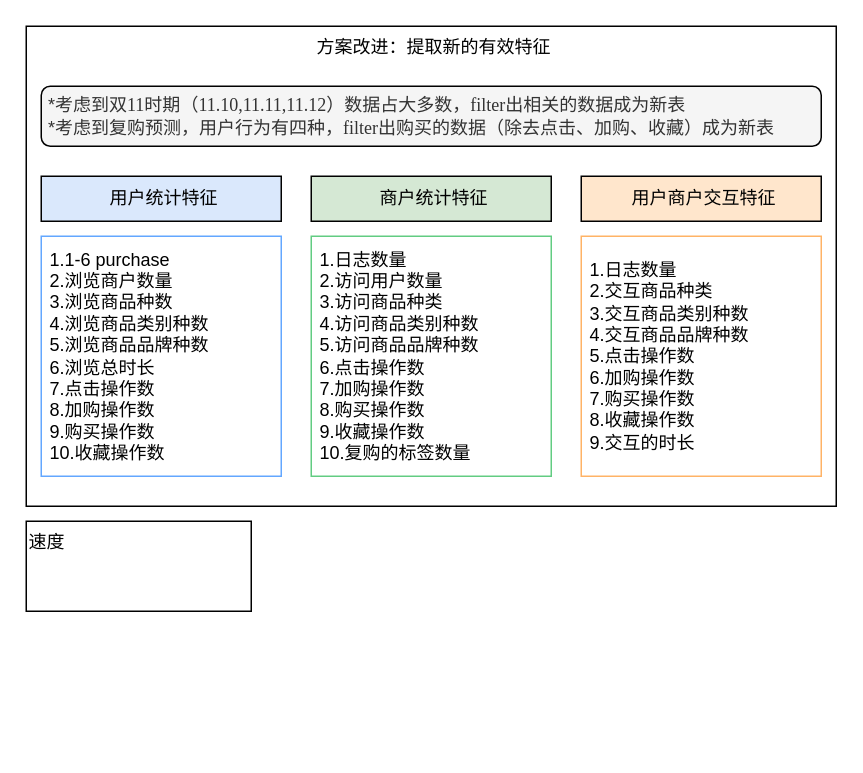
The draw.io diagram featrue.drawio in limpid-11/drawio, before the edit. Source tidied: cells renumbered, new cells numbered last; positions are measured from the earlier drawing's top-left corner, leaving out a move shared by most shapes. Both pictures are drawn from the tidied source at 150%, with x=0, y=0 at pixel (26, 26).
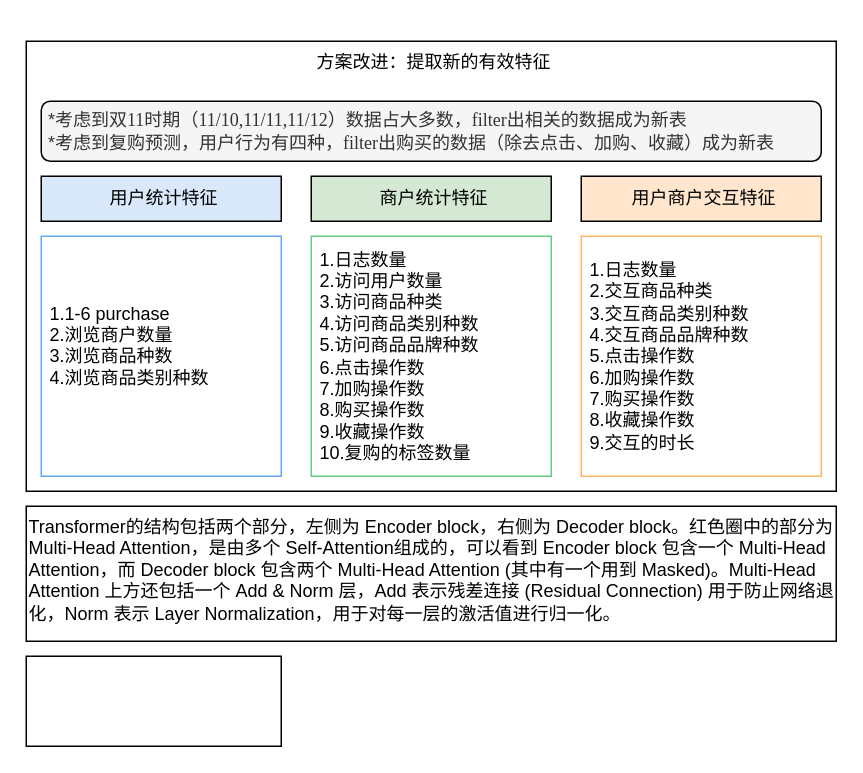
The same page after the edit.

Diff of the diagram source:
```diff
@@
 <mxGraphModel>
   <root>
     <mxCell id="0" />
     <mxCell id="1" parent="0" />
     <mxCell id="2" value="方案改进：提取新的有效特征" style="rounded=0;whiteSpace=wrap;html=1;align=center;verticalAlign=top;spacing=2;spacingLeft=4;strokeColor=#000000;" parent="1" vertex="1">
-      <mxGeometry width="540" height="320" as="geometry" />
+      <mxGeometry y="10" width="540" height="300" as="geometry" />
     </mxCell>
     <mxCell id="3" value="用户统计特征" style="rounded=0;whiteSpace=wrap;html=1;align=center;verticalAlign=middle;spacing=2;spacingLeft=4;fillColor=#dae8fc;strokeColor=#000000;" parent="1" vertex="1">
       <mxGeometry x="10" y="100" width="160" height="30" as="geometry" />
     </mxCell>
-    <mxCell id="4" value="1.1-6 purchase&lt;div&gt;2.浏览商户数量&lt;/div&gt;&lt;div&gt;3.&lt;span style=&quot;background-color: initial;&quot;&gt;浏览商品种数&lt;/span&gt;&lt;/div&gt;&lt;div&gt;&lt;span style=&quot;background-color: initial;&quot;&gt;4.浏览商品类别种数&lt;/span&gt;&lt;/div&gt;&lt;div&gt;&lt;span style=&quot;background-color: initial;&quot;&gt;5.浏览商品品牌种数&lt;/span&gt;&lt;/div&gt;&lt;div&gt;&lt;span style=&quot;background-color: initial;&quot;&gt;6.浏览总时长&lt;/span&gt;&lt;/div&gt;&lt;div&gt;&lt;span style=&quot;background-color: initial;&quot;&gt;7.点击操作数&lt;/span&gt;&lt;/div&gt;&lt;div&gt;&lt;span style=&quot;background-color: initial;&quot;&gt;8.加购操作数&lt;/span&gt;&lt;/div&gt;&lt;div&gt;&lt;span style=&quot;background-color: initial;&quot;&gt;9.购买操作数&lt;/span&gt;&lt;/div&gt;&lt;div&gt;&lt;span style=&quot;background-color: initial;&quot;&gt;10.收藏操作数&lt;/span&gt;&lt;/div&gt;" style="rounded=0;whiteSpace=wrap;html=1;align=left;verticalAlign=middle;spacing=2;spacingLeft=4;fillColor=#FFFFFF;strokeColor=#63A7FF;" parent="1" vertex="1">
+    <mxCell id="4" value="1.1-6 purchase&lt;div&gt;2.浏览商户数量&lt;/div&gt;&lt;div&gt;3.&lt;span style=&quot;background-color: initial;&quot;&gt;浏览商品种数&lt;/span&gt;&lt;/div&gt;&lt;div&gt;&lt;span style=&quot;background-color: initial;&quot;&gt;4.浏览商品类别种数&lt;/span&gt;&lt;/div&gt;&lt;div&gt;&lt;br&gt;&lt;/div&gt;" style="rounded=0;whiteSpace=wrap;html=1;align=left;verticalAlign=middle;spacing=2;spacingLeft=4;fillColor=#FFFFFF;strokeColor=#63A7FF;" parent="1" vertex="1">
       <mxGeometry x="10" y="140" width="160" height="160" as="geometry" />
     </mxCell>
     <mxCell id="5" value="商户统计特征" style="rounded=0;whiteSpace=wrap;html=1;align=center;verticalAlign=middle;spacing=2;spacingLeft=4;fillColor=#d5e8d4;strokeColor=#000000;" parent="1" vertex="1">
       <mxGeometry x="190" y="100" width="160" height="30" as="geometry" />
     </mxCell>
     <mxCell id="6" value="用户商户交互特征" style="rounded=0;whiteSpace=wrap;html=1;align=center;verticalAlign=middle;spacing=2;spacingLeft=4;fillColor=#ffe6cc;strokeColor=default;" parent="1" vertex="1">
       <mxGeometry x="370" y="100" width="160" height="30" as="geometry" />
     </mxCell>
     <mxCell id="7" value="1.日志数量&lt;div&gt;2.访问用户数量&lt;/div&gt;&lt;div&gt;3.访问商品种类&lt;/div&gt;&lt;div&gt;4.访问商品类别种数&lt;/div&gt;&lt;div&gt;5.访问商品品牌种数&lt;/div&gt;&lt;div&gt;&lt;div&gt;&lt;span style=&quot;background-color: initial;&quot;&gt;6.点击操作数&lt;/span&gt;&lt;/div&gt;&lt;div&gt;&lt;span style=&quot;background-color: initial;&quot;&gt;7.加购操作数&lt;/span&gt;&lt;/div&gt;&lt;div&gt;&lt;span style=&quot;background-color: initial;&quot;&gt;8.购买操作数&lt;/span&gt;&lt;/div&gt;&lt;div&gt;&lt;span style=&quot;background-color: initial;&quot;&gt;9.收藏操作数&lt;/span&gt;&lt;/div&gt;&lt;/div&gt;&lt;div&gt;&lt;span style=&quot;background-color: initial;&quot;&gt;10.复购的标签数量&lt;/span&gt;&lt;/div&gt;" style="rounded=0;whiteSpace=wrap;html=1;align=left;verticalAlign=middle;spacing=2;spacingLeft=4;fillColor=#FFFFFF;strokeColor=#62CC82;" parent="1" vertex="1">
       <mxGeometry x="190" y="140" width="160" height="160" as="geometry" />
     </mxCell>
     <mxCell id="8" value="1.日志数量&lt;div&gt;&lt;div&gt;2.交互商品种类&lt;/div&gt;&lt;div&gt;3.交互商品类别种数&lt;/div&gt;&lt;div&gt;4.交互商品品牌种数&lt;/div&gt;&lt;div&gt;&lt;div&gt;&lt;span style=&quot;background-color: initial;&quot;&gt;5.点击操作数&lt;/span&gt;&lt;/div&gt;&lt;div&gt;&lt;span style=&quot;background-color: initial;&quot;&gt;6.加购操作数&lt;/span&gt;&lt;/div&gt;&lt;div&gt;&lt;span style=&quot;background-color: initial;&quot;&gt;7.购买操作数&lt;/span&gt;&lt;/div&gt;&lt;div&gt;&lt;span style=&quot;background-color: initial;&quot;&gt;8.收藏操作数&lt;/span&gt;&lt;/div&gt;&lt;/div&gt;&lt;/div&gt;&lt;div&gt;&lt;span style=&quot;background-color: initial;&quot;&gt;9.交互的时长&lt;/span&gt;&lt;/div&gt;" style="rounded=0;whiteSpace=wrap;html=1;align=left;verticalAlign=middle;spacing=2;spacingLeft=4;fillColor=#FFFFFF;strokeColor=#FFB366;" parent="1" vertex="1">
       <mxGeometry x="370" y="140" width="160" height="160" as="geometry" />
     </mxCell>
-    <mxCell id="9" value="*考虑到双&lt;font face=&quot;Times New Roman&quot;&gt;11&lt;/font&gt;时期&lt;font face=&quot;Times New Roman&quot;&gt;（11.10,11.11,11.12）&lt;/font&gt;数据占大多数，&lt;font face=&quot;Times New Roman&quot;&gt;filter&lt;/font&gt;出相关的数据成为新表&lt;div&gt;*考虑到复购预测，用户行为有四种，&lt;font face=&quot;Times New Roman&quot;&gt;filter&lt;/font&gt;出购买的数据（除去点击、加购、收藏）成为新表&lt;/div&gt;" style="rounded=1;whiteSpace=wrap;html=1;fillColor=#f5f5f5;fontColor=#333333;strokeColor=#000000;align=left;fontFamily=宋体;spacingLeft=3;" parent="1" vertex="1">
-      <mxGeometry x="10" y="40" width="520" height="40" as="geometry" />
+    <mxCell id="9" value="*考虑到双&lt;font face=&quot;Times New Roman&quot;&gt;11&lt;/font&gt;时期&lt;font face=&quot;Times New Roman&quot;&gt;（11/10,11/11,11/12）&lt;/font&gt;数据占大多数，&lt;font face=&quot;Times New Roman&quot;&gt;filter&lt;/font&gt;出相关的数据成为新表&lt;div&gt;*考虑到复购预测，用户行为有四种，&lt;font face=&quot;Times New Roman&quot;&gt;filter&lt;/font&gt;出购买的数据（除去点击、加购、收藏）成为新表&lt;/div&gt;" style="rounded=1;whiteSpace=wrap;html=1;fillColor=#f5f5f5;fontColor=#333333;strokeColor=#000000;align=left;fontFamily=宋体;spacingLeft=3;" parent="1" vertex="1">
+      <mxGeometry x="10" y="50" width="520" height="40" as="geometry" />
     </mxCell>
-    <mxCell id="10" value="速度" style="rounded=0;whiteSpace=wrap;html=1;align=left;verticalAlign=top;" parent="1" vertex="1">
-      <mxGeometry y="330" width="150" height="60" as="geometry" />
+    <mxCell id="10" value="&lt;div&gt;Transformer的结构包括两个部分，左侧为 Encoder block，右侧为 Decoder block。红色圈中的部分为 Multi-Head Attention，是由多个 Self-Attention组成的，可以看到 Encoder block 包含一个 Multi-Head Attention，而 Decoder block 包含两个 Multi-Head Attention (其中有一个用到 Masked)。Multi-Head Attention 上方还包括一个 Add &amp;amp; Norm 层，Add 表示残差连接 (Residual Connection) 用于防止网络退化，Norm 表示 Layer Normalization，用于对每一层的激活值进行归一化。&lt;/div&gt;" style="rounded=0;whiteSpace=wrap;html=1;align=left;verticalAlign=top;fontFamily=Helvetica;" parent="1" vertex="1">
+      <mxGeometry y="320" width="540" height="90" as="geometry" />
     </mxCell>
+    <mxCell id="11" style="rounded=0;whiteSpace=wrap;html=1;align=left;verticalAlign=top;fontFamily=宋体;spacingLeft=2;" parent="1" vertex="1">
+      <mxGeometry y="420" width="170" height="60" as="geometry" />
+    </mxCell>
   </root>
 </mxGraphModel>
```
